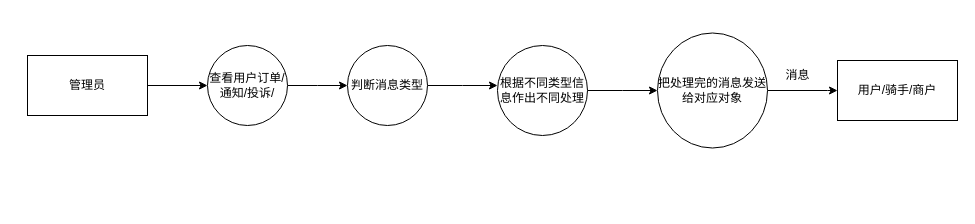
Above: page "管理员当前系统具体模型" (3 of 11) of Untitled Diagram.drawio in czely/czely.github.io (draw.io), before the change. Source tidied: cells renumbered, new cells numbered last; positions are measured from the earlier drawing's top-left corner, leaving out a move shared by most shapes. Both pictures are drawn from the tidied source at 100%, with x=0, y=0 at pixel (27, 33).
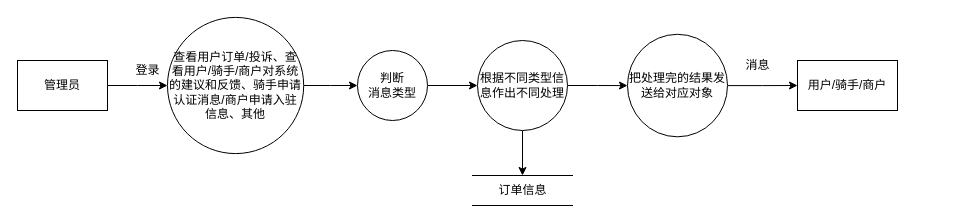
Above is the later version.

What changed in the source:
```diff
@@
 <mxGraphModel>
   <root>
     <mxCell id="0" />
     <mxCell id="1" parent="0" />
-    <mxCell id="2" style="edgeStyle=orthogonalEdgeStyle;rounded=0;jettySize=auto;html=1;exitX=1;exitY=0.5;exitDx=0;exitDy=0;" parent="1" edge="1" source="3">
-      <mxGeometry relative="1" as="geometry">
-        <mxPoint x="320" y="52" as="targetPoint" />
-      </mxGeometry>
-    </mxCell>
+    <mxCell id="14" style="edgeStyle=orthogonalEdgeStyle;rounded=0;jettySize=auto;html=1;entryX=0;entryY=0.5;entryDx=0;entryDy=0;" parent="1" edge="1" source="3" target="7">
+      <mxGeometry relative="1" as="geometry" />
+    </mxCell>
-    <mxCell id="3" value="查看用户订单/通知/投诉/" style="ellipse;whiteSpace=wrap;html=1;" parent="1" vertex="1">
-      <mxGeometry x="180" y="12" width="80" height="80" as="geometry" />
+    <mxCell id="3" value="查看用户订单/投诉、查看用户/骑手/商户对系统的建议和反馈、骑手申请认证消息/商户申请入驻信息、其他" style="ellipse;whiteSpace=wrap;html=1;" parent="1" vertex="1">
+      <mxGeometry x="140" y="-16.1" width="136.2" height="136.2" as="geometry" />
     </mxCell>
     <mxCell id="4" style="edgeStyle=orthogonalEdgeStyle;rounded=0;jettySize=auto;html=1;exitX=1;exitY=0.5;exitDx=0;exitDy=0;" parent="1" edge="1" source="5" target="3">
       <mxGeometry relative="1" as="geometry" />
     </mxCell>
     <mxCell id="5" value="管理员" style="rounded=0;whiteSpace=wrap;html=1;" parent="1" vertex="1">
-      <mxGeometry y="22" width="120" height="60" as="geometry" />
+      <mxGeometry x="-10" y="27" width="90" height="50" as="geometry" />
     </mxCell>
-    <mxCell id="6" style="edgeStyle=orthogonalEdgeStyle;rounded=0;jettySize=auto;html=1;exitX=1;exitY=0.5;exitDx=0;exitDy=0;" parent="1" edge="1" source="7">
-      <mxGeometry relative="1" as="geometry">
-        <mxPoint x="470" y="52" as="targetPoint" />
-      </mxGeometry>
-    </mxCell>
+    <mxCell id="15" style="edgeStyle=orthogonalEdgeStyle;rounded=0;jettySize=auto;html=1;" parent="1" edge="1" source="7" target="9">
+      <mxGeometry relative="1" as="geometry" />
+    </mxCell>
-    <mxCell id="7" value="判断消息类型" style="ellipse;whiteSpace=wrap;html=1;" parent="1" vertex="1">
-      <mxGeometry x="320" y="12" width="80" height="80" as="geometry" />
+    <mxCell id="7" value="判断&lt;br&gt;消息类型" style="ellipse;whiteSpace=wrap;html=1;" parent="1" vertex="1">
+      <mxGeometry x="330" y="17" width="70" height="70" as="geometry" />
     </mxCell>
-    <mxCell id="8" style="edgeStyle=orthogonalEdgeStyle;rounded=0;jettySize=auto;html=1;exitX=1;exitY=0.5;exitDx=0;exitDy=0;" parent="1" edge="1" source="9">
-      <mxGeometry relative="1" as="geometry">
-        <mxPoint x="630" y="57" as="targetPoint" />
-      </mxGeometry>
-    </mxCell>
+    <mxCell id="16" style="edgeStyle=orthogonalEdgeStyle;rounded=0;jettySize=auto;html=1;" parent="1" edge="1" source="9" target="11">
+      <mxGeometry relative="1" as="geometry" />
+    </mxCell>
+    <mxCell id="17" style="edgeStyle=orthogonalEdgeStyle;rounded=0;jettySize=auto;html=1;" parent="1" edge="1" source="9" target="20">
+      <mxGeometry relative="1" as="geometry" />
+    </mxCell>
     <mxCell id="9" value="根据不同类型信息作出不同处理" style="ellipse;whiteSpace=wrap;html=1;" parent="1" vertex="1">
-      <mxGeometry x="470" y="12" width="90" height="90" as="geometry" />
+      <mxGeometry x="450" y="7" width="90" height="90" as="geometry" />
     </mxCell>
-    <mxCell id="10" style="edgeStyle=orthogonalEdgeStyle;rounded=0;jettySize=auto;html=1;exitX=1;exitY=0.5;exitDx=0;exitDy=0;" parent="1" edge="1" source="11">
-      <mxGeometry relative="1" as="geometry">
-        <mxPoint x="810" y="57" as="targetPoint" />
-        <Array as="points">
-          <mxPoint x="800" y="57" />
-        </Array>
-      </mxGeometry>
-    </mxCell>
+    <mxCell id="18" style="edgeStyle=orthogonalEdgeStyle;rounded=0;jettySize=auto;html=1;" parent="1" edge="1" source="11" target="12">
+      <mxGeometry relative="1" as="geometry" />
+    </mxCell>
-    <mxCell id="11" value="把处理完的消息发送给对应对象" style="ellipse;whiteSpace=wrap;html=1;" parent="1" vertex="1">
-      <mxGeometry x="630" y="-0.5" width="110" height="115" as="geometry" />
+    <mxCell id="11" value="把处理完的结果发送给对应对象" style="ellipse;whiteSpace=wrap;html=1;" parent="1" vertex="1">
+      <mxGeometry x="600" y="0.8" width="100" height="102.5" as="geometry" />
     </mxCell>
     <mxCell id="12" value="用户/骑手/商户" style="whiteSpace=wrap;html=1;" parent="1" vertex="1">
-      <mxGeometry x="810" y="27" width="120" height="60" as="geometry" />
+      <mxGeometry x="770" y="27" width="100" height="50" as="geometry" />
     </mxCell>
     <mxCell id="13" value="消息" style="text;html=1;align=center;verticalAlign=middle;" parent="1" vertex="1">
-      <mxGeometry x="750" y="32" width="40" height="20" as="geometry" />
+      <mxGeometry x="710" y="22" width="40" height="20" as="geometry" />
     </mxCell>
+    <mxCell id="19" value="登录" style="text;html=1;align=center;verticalAlign=middle;" parent="1" vertex="1">
+      <mxGeometry x="100" y="27" width="40" height="20" as="geometry" />
+    </mxCell>
+    <mxCell id="20" value="订单信息" style="html=1;dashed=0;whitespace=wrap;shape=partialRectangle;right=0;left=0;" parent="1" vertex="1">
+      <mxGeometry x="445" y="142" width="100" height="30" as="geometry" />
+    </mxCell>
   </root>
 </mxGraphModel>
```
